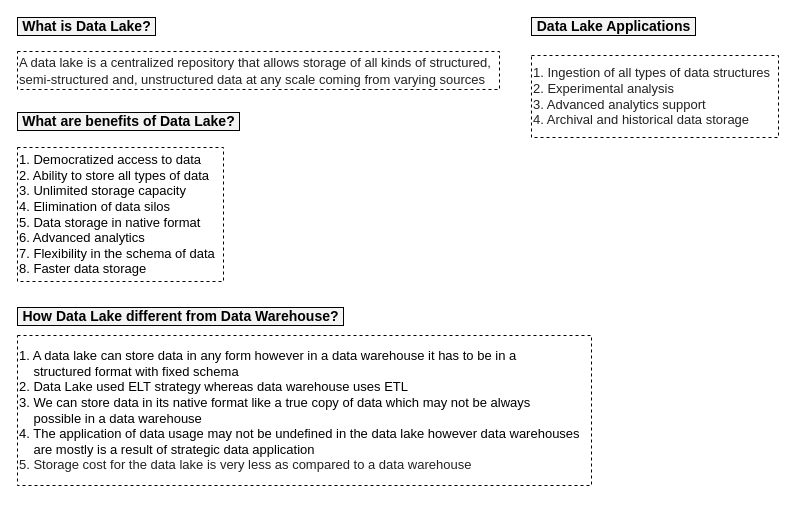
This is page "Data Lake" (3 of 4) of documentation/sfl_serverless_architecture.drawio from pramodnagare/SFL, a draw.io file, before an edit. Source tidied: cells renumbered, new cells numbered last; positions are measured from the earlier drawing's top-left corner, leaving out a move shared by most shapes. Both pictures are drawn from the tidied source at 100%, with x=0, y=0 at pixel (17, 17).
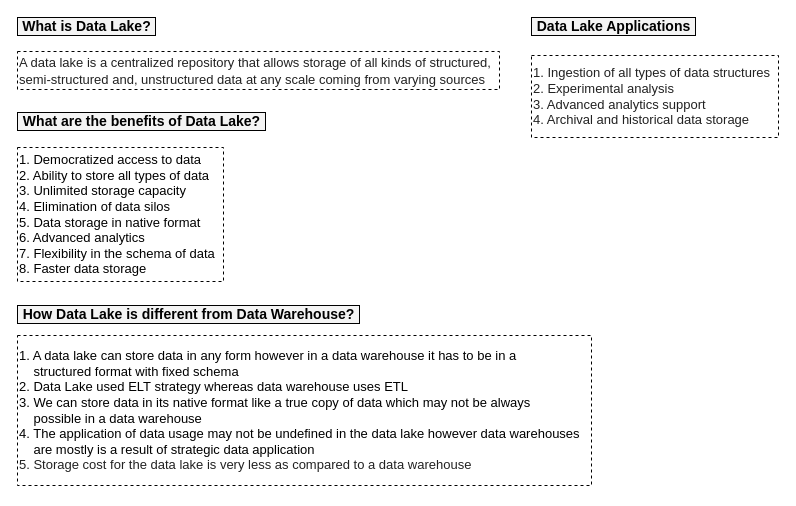
Above is the later version.

Diff of the diagram source:
```diff
@@
 <mxGraphModel>
   <root>
     <mxCell id="0" />
     <mxCell id="1" parent="0" />
     <mxCell id="2" value="&lt;b&gt;&lt;font style=&quot;font-size: 14px&quot;&gt;What is Data Lake?&lt;/font&gt;&lt;/b&gt;" style="text;html=1;align=center;verticalAlign=middle;strokeColor=default;fillColor=#F4F4F4;fontSize=11;" parent="1" vertex="1">
       <mxGeometry width="138" height="18" as="geometry" />
     </mxCell>
-    <mxCell id="3" value="&lt;font&gt;&lt;span style=&quot;font-size: 14px&quot;&gt;&lt;b&gt;What are benefits&amp;nbsp;of Data Lake?&lt;/b&gt;&lt;/span&gt;&lt;/font&gt;" style="text;html=1;align=center;verticalAlign=middle;strokeColor=default;fillColor=#F4F4F4;fontSize=11;" parent="1" vertex="1">
-      <mxGeometry y="95" width="222" height="18" as="geometry" />
+    <mxCell id="3" value="&lt;font&gt;&lt;span style=&quot;font-size: 14px&quot;&gt;&lt;b&gt;What are the benefits&amp;nbsp;of Data Lake?&lt;/b&gt;&lt;/span&gt;&lt;/font&gt;" style="text;html=1;align=center;verticalAlign=middle;strokeColor=default;fillColor=#F4F4F4;fontSize=11;" parent="1" vertex="1">
+      <mxGeometry y="95" width="248" height="18" as="geometry" />
     </mxCell>
-    <mxCell id="4" value="&lt;font&gt;&lt;span style=&quot;font-size: 14px&quot;&gt;&lt;b&gt;How Data Lake different from Data Warehouse?&lt;/b&gt;&lt;/span&gt;&lt;/font&gt;" style="text;html=1;align=center;verticalAlign=middle;strokeColor=default;fillColor=#F4F4F4;fontSize=11;" parent="1" vertex="1">
-      <mxGeometry y="290" width="326" height="18" as="geometry" />
+    <mxCell id="4" value="&lt;font&gt;&lt;span style=&quot;font-size: 14px&quot;&gt;&lt;b&gt;How Data Lake is different from Data Warehouse?&lt;/b&gt;&lt;/span&gt;&lt;/font&gt;" style="text;html=1;align=center;verticalAlign=middle;strokeColor=default;fillColor=#F4F4F4;fontSize=11;" parent="1" vertex="1">
+      <mxGeometry y="288" width="342" height="18" as="geometry" />
     </mxCell>
     <mxCell id="5" value="&lt;span style=&quot;background-color: rgb(255 , 255 , 255) ; font-size: 13px&quot;&gt;&lt;font color=&quot;#222222&quot; face=&quot;arial, helvetica, sans-serif&quot; style=&quot;font-size: 13px&quot;&gt;A data lake is a centralized repository that allows storage of all kinds of structured,&lt;br&gt;semi-structured and, unstructured data at any scale coming from varying sources&lt;/font&gt;&lt;br&gt;&lt;/span&gt;" style="text;html=1;align=left;verticalAlign=middle;strokeColor=default;fillColor=none;fontSize=14;dashed=1;" parent="1" vertex="1">
       <mxGeometry y="34" width="482" height="38" as="geometry" />
     </mxCell>
     <mxCell id="6" value="&lt;span style=&quot;background-color: rgb(255 , 255 , 255) ; font-size: 13px&quot;&gt;&lt;div&gt;&lt;br&gt;&lt;/div&gt;&lt;div&gt;1. Democratized access to data&lt;/div&gt;&lt;div&gt;2. Ability to store all types of data&lt;/div&gt;&lt;div&gt;3. Unlimited storage capacity&lt;/div&gt;&lt;div&gt;4. Elimination of data silos&lt;/div&gt;&lt;div&gt;5. Data storage in native format&lt;/div&gt;&lt;div&gt;6. Advanced analytics&lt;/div&gt;&lt;div&gt;7. Flexibility in the schema of data&lt;/div&gt;&lt;div&gt;8. Faster data storage&lt;/div&gt;&lt;div&gt;&lt;br&gt;&lt;/div&gt;&lt;/span&gt;" style="text;html=1;align=left;verticalAlign=middle;strokeColor=default;fillColor=none;fontSize=11;dashed=1;" parent="1" vertex="1">
       <mxGeometry y="130" width="206" height="134" as="geometry" />
     </mxCell>
     <mxCell id="7" value="&lt;font style=&quot;font-size: 13px&quot;&gt;&lt;br&gt;1. A data lake can store data in any form however in a data warehouse it has to be in a &lt;br&gt;&amp;nbsp; &amp;nbsp; structured format with fixed schema&lt;br&gt;2. Data Lake used ELT strategy whereas data warehouse&amp;nbsp;uses ETL&lt;br&gt;3. We can store data in its native format like a true copy of data which may not be always &lt;br&gt;&amp;nbsp; &amp;nbsp; possible in a data warehouse&lt;br&gt;4. The application of data usage may not be undefined in the data lake however data warehouses&amp;nbsp;&lt;br&gt;&amp;nbsp; &amp;nbsp; are mostly is a result of strategic data application&lt;br&gt;&lt;span style=&quot;color: rgb(34 , 34 , 34) ; font-family: &amp;#34;arial&amp;#34; , &amp;#34;helvetica&amp;#34; , sans-serif ; background-color: rgb(255 , 255 , 255)&quot;&gt;5.&amp;nbsp;Storage cost for the data lake is very less as compared to a data warehouse&lt;br&gt;&lt;/span&gt;&lt;/font&gt;&lt;span style=&quot;color: rgb(34 , 34 , 34) ; font-family: &amp;#34;arial&amp;#34; , &amp;#34;helvetica&amp;#34; , sans-serif ; font-size: small ; background-color: rgb(255 , 255 , 255)&quot;&gt;&lt;br&gt;&lt;/span&gt;" style="text;html=1;align=left;verticalAlign=middle;strokeColor=default;fillColor=none;fontSize=11;dashed=1;" parent="1" vertex="1">
       <mxGeometry y="318" width="574" height="150" as="geometry" />
     </mxCell>
     <mxCell id="8" value="&lt;span style=&quot;font-size: 14px&quot;&gt;&lt;b&gt;Data Lake Applications&lt;/b&gt;&lt;/span&gt;" style="text;html=1;align=center;verticalAlign=middle;strokeColor=default;fillColor=#F4F4F4;fontSize=11;" parent="1" vertex="1">
       <mxGeometry x="514" width="164" height="18" as="geometry" />
     </mxCell>
     <mxCell id="9" value="&lt;div style=&quot;font-size: 13px&quot;&gt;&lt;span style=&quot;color: rgb(34 , 34 , 34) ; font-family: &amp;#34;arial&amp;#34; , &amp;#34;helvetica&amp;#34; , sans-serif ; background-color: rgb(255 , 255 , 255)&quot;&gt;&lt;font style=&quot;font-size: 13px&quot;&gt;&lt;br&gt;&lt;/font&gt;&lt;/span&gt;&lt;/div&gt;&lt;div style=&quot;font-size: 13px&quot;&gt;&lt;font style=&quot;font-size: 13px&quot;&gt;&lt;span style=&quot;color: rgb(34 , 34 , 34) ; font-family: &amp;#34;arial&amp;#34; , &amp;#34;helvetica&amp;#34; , sans-serif ; background-color: rgb(255 , 255 , 255)&quot;&gt;1. Ingestion of all types of data structures&lt;/span&gt;&lt;br style=&quot;color: rgb(34 , 34 , 34) ; font-family: &amp;#34;arial&amp;#34; , &amp;#34;helvetica&amp;#34; , sans-serif&quot;&gt;&lt;span style=&quot;color: rgb(34 , 34 , 34) ; font-family: &amp;#34;arial&amp;#34; , &amp;#34;helvetica&amp;#34; , sans-serif ; background-color: rgb(255 , 255 , 255)&quot;&gt;2. Experimental analysis&lt;/span&gt;&lt;br style=&quot;color: rgb(34 , 34 , 34) ; font-family: &amp;#34;arial&amp;#34; , &amp;#34;helvetica&amp;#34; , sans-serif&quot;&gt;&lt;span style=&quot;color: rgb(34 , 34 , 34) ; font-family: &amp;#34;arial&amp;#34; , &amp;#34;helvetica&amp;#34; , sans-serif ; background-color: rgb(255 , 255 , 255)&quot;&gt;3. Advanced analytics support&lt;/span&gt;&lt;br style=&quot;color: rgb(34 , 34 , 34) ; font-family: &amp;#34;arial&amp;#34; , &amp;#34;helvetica&amp;#34; , sans-serif&quot;&gt;&lt;span style=&quot;color: rgb(34 , 34 , 34) ; font-family: &amp;#34;arial&amp;#34; , &amp;#34;helvetica&amp;#34; , sans-serif ; background-color: rgb(255 , 255 , 255)&quot;&gt;4. Archival and historical data storage&lt;/span&gt;&lt;br&gt;&lt;/font&gt;&lt;/div&gt;&lt;div style=&quot;font-size: 13px&quot;&gt;&lt;span style=&quot;color: rgb(34 , 34 , 34) ; font-family: &amp;#34;arial&amp;#34; , &amp;#34;helvetica&amp;#34; , sans-serif ; background-color: rgb(255 , 255 , 255)&quot;&gt;&lt;br&gt;&lt;/span&gt;&lt;/div&gt;" style="text;html=1;align=left;verticalAlign=middle;strokeColor=default;fillColor=none;fontSize=11;strokeWidth=1;dashed=1;" parent="1" vertex="1">
       <mxGeometry x="514" y="38" width="247" height="82" as="geometry" />
     </mxCell>
   </root>
 </mxGraphModel>
```
